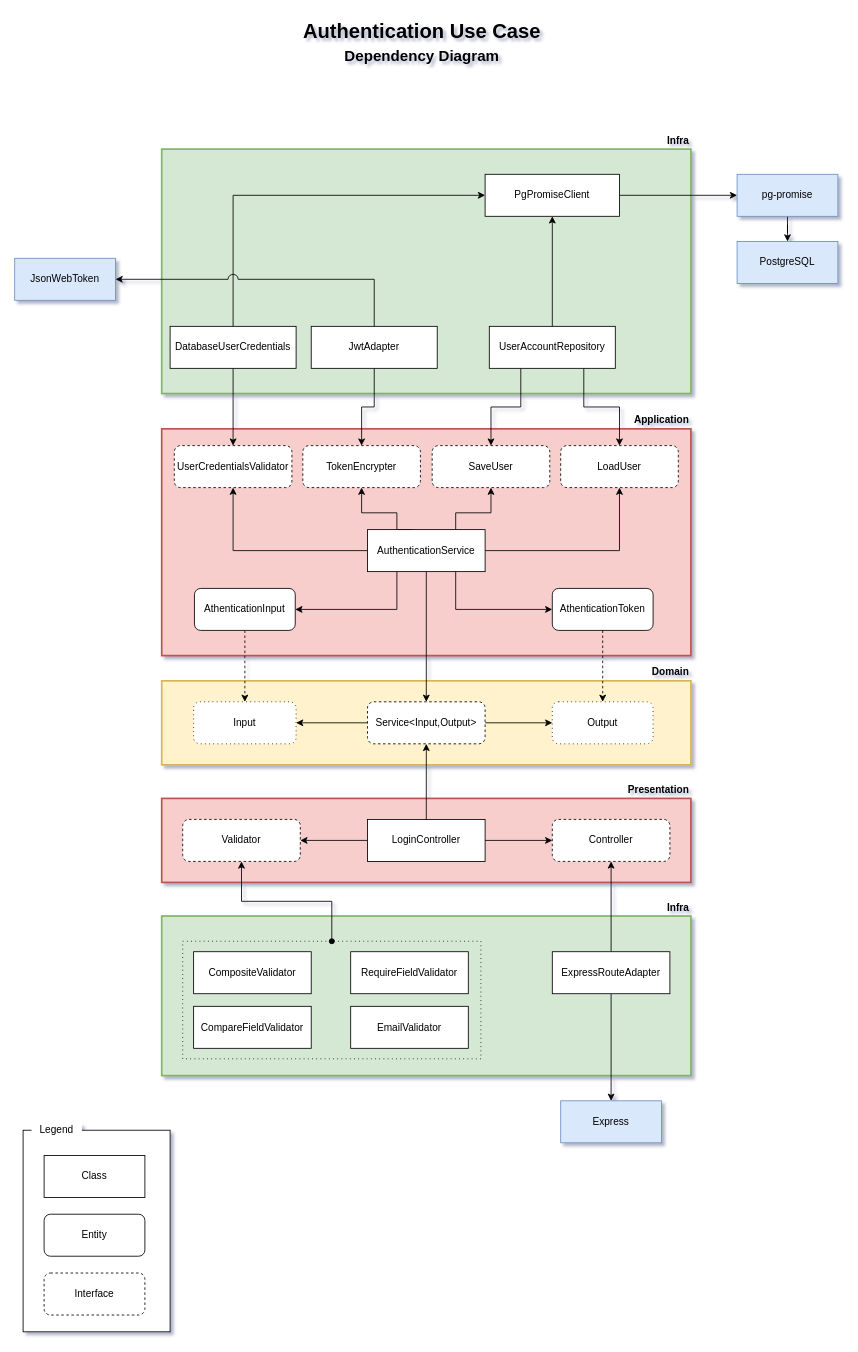
Before: page "authentication-clean" (1 of 2) of docs/diagrams/authentication/authentication.drawio in uespi-phb/20251-tec1, a draw.io diagram. Source tidied: cells renumbered, new cells numbered last; positions are measured from the earlier drawing's top-left corner, leaving out a move shared by most shapes. Both pictures are drawn from the tidied source at 84%, with x=0, y=0 at pixel (14, 14).
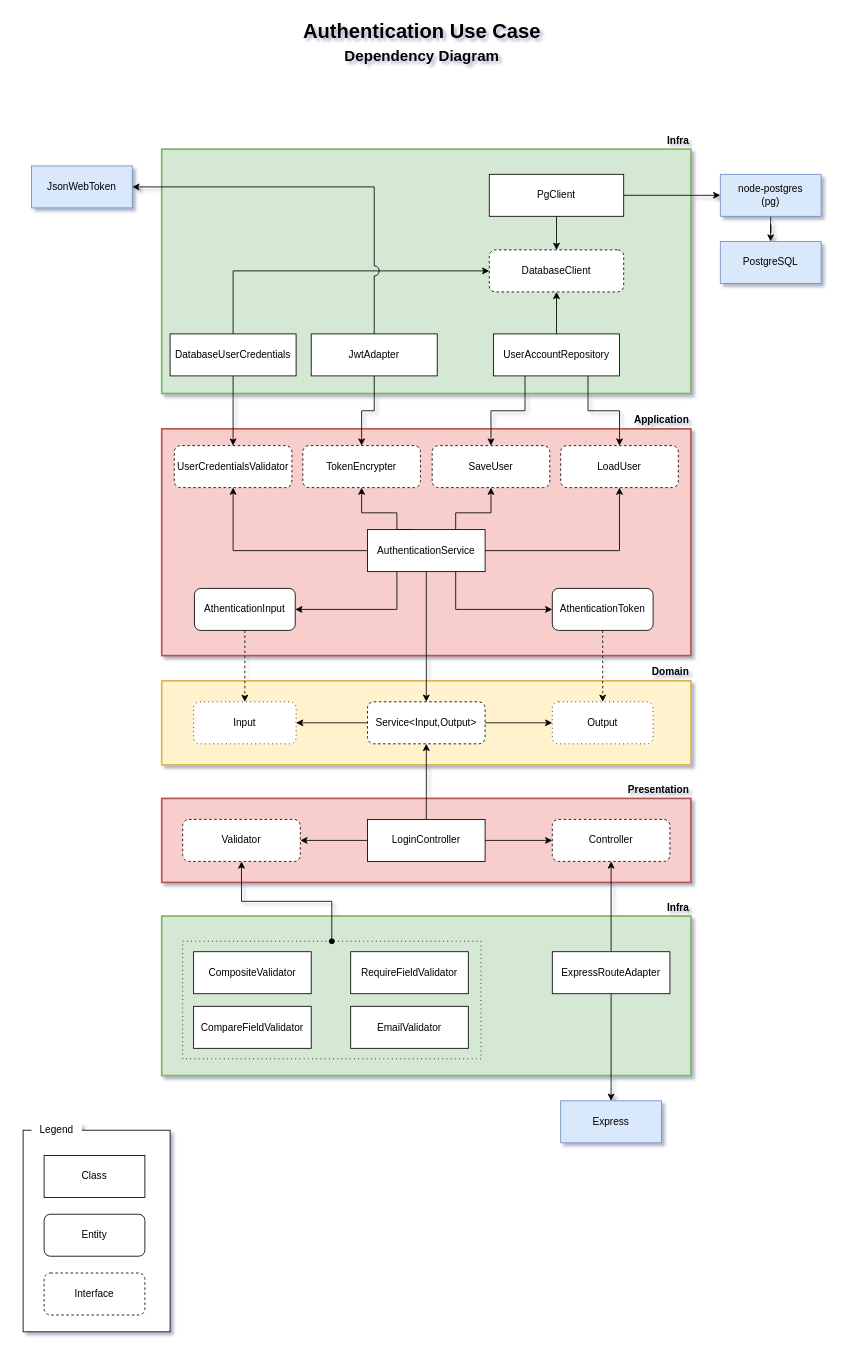
Above is the later version.

Change to the diagram source:
```diff
@@
-    <mxCell id="35" value="pg-promise" style="rounded=0;whiteSpace=wrap;html=1;glass=0;shadow=0;fillColor=#dae8fc;strokeColor=#6c8ebf;" parent="1" vertex="1">
-      <mxGeometry x="860" y="190" width="120" height="50" as="geometry" />
+    <mxCell id="35" value="node-postgres&lt;br&gt;(pg)" style="rounded=0;whiteSpace=wrap;html=1;glass=0;shadow=0;fillColor=#dae8fc;strokeColor=#6c8ebf;" parent="1" vertex="1">
+      <mxGeometry x="840" y="190" width="120" height="50" as="geometry" />
     </mxCell>
     <mxCell id="36" value="JsonWebToken" style="rounded=0;whiteSpace=wrap;html=1;glass=0;shadow=0;fillColor=#dae8fc;strokeColor=#6c8ebf;" parent="1" vertex="1">
-      <mxGeometry y="290" width="120" height="50" as="geometry" />
+      <mxGeometry x="20" y="180" width="120" height="50" as="geometry" />
     </mxCell>
     <mxCell id="37" value="PostgreSQL" style="rounded=0;whiteSpace=wrap;html=1;glass=0;shadow=0;fillColor=#dae8fc;strokeColor=#6c8ebf;" parent="1" vertex="1">
-      <mxGeometry x="860" y="270" width="120" height="50" as="geometry" />
+      <mxGeometry x="840" y="270" width="120" height="50" as="geometry" />
     </mxCell>
@@
-    <mxCell id="45" style="edgeStyle=orthogonalEdgeStyle;rounded=0;jettySize=auto;html=1;exitX=0.5;exitY=0;exitDx=0;exitDy=0;exitPerimeter=0;entryX=0;entryY=0.5;entryDx=0;entryDy=0;" parent="1" edge="1" source="46" target="67">
-      <mxGeometry relative="1" as="geometry" />
-    </mxCell>
+    <mxCell id="73" style="edgeStyle=orthogonalEdgeStyle;rounded=0;jettySize=auto;html=1;entryX=0;entryY=0.5;entryDx=0;entryDy=0;" parent="1" edge="1" source="46" target="76">
+      <mxGeometry relative="1" as="geometry">
+        <Array as="points">
+          <mxPoint x="260" y="305" />
+        </Array>
+      </mxGeometry>
+    </mxCell>
     <mxCell id="46" value="DatabaseUserCredentials" style="rounded=0;whiteSpace=wrap;html=1;glass=0;shadow=0;points=[[0,0,0,0,0],[0,0.25,0,0,0],[0,0.5,0,0,0],[0,0.75,0,0,0],[0,1,0,0,0],[0.13,0,0,0,0],[0.25,0,0,0,0],[0.25,1,0,0,0],[0.38,0,0,0,0],[0.5,0,0,0,0],[0.5,1,0,0,0],[0.62,0,0,0,0],[0.75,0,0,0,0],[0.75,1,0,0,0],[0.88,0,0,0,0],[1,0,0,0,0],[1,0.25,0,0,0],[1,0.5,0,0,0],[1,0.75,0,0,0],[1,1,0,0,0]];" parent="1" vertex="1">
-      <mxGeometry x="185" y="371" width="150" height="50" as="geometry" />
+      <mxGeometry x="185" y="380" width="150" height="50" as="geometry" />
     </mxCell>
     <mxCell id="47" value="JwtAdapter" style="rounded=0;whiteSpace=wrap;html=1;glass=0;shadow=0;points=[[0,0,0,0,0],[0,0.25,0,0,0],[0,0.5,0,0,0],[0,0.75,0,0,0],[0,1,0,0,0],[0.13,0,0,0,0],[0.25,0,0,0,0],[0.25,1,0,0,0],[0.38,0,0,0,0],[0.5,0,0,0,0],[0.5,1,0,0,0],[0.62,0,0,0,0],[0.75,0,0,0,0],[0.75,1,0,0,0],[0.88,0,0,0,0],[1,0,0,0,0],[1,0.25,0,0,0],[1,0.5,0,0,0],[1,0.75,0,0,0],[1,1,0,0,0]];" parent="1" vertex="1">
-      <mxGeometry x="353" y="371" width="150" height="50" as="geometry" />
+      <mxGeometry x="353" y="380" width="150" height="50" as="geometry" />
     </mxCell>
+    <mxCell id="74" style="edgeStyle=orthogonalEdgeStyle;rounded=0;jettySize=auto;html=1;entryX=0.5;entryY=1;entryDx=0;entryDy=0;" parent="1" edge="1" source="48" target="76">
+      <mxGeometry relative="1" as="geometry" />
+    </mxCell>
     <mxCell id="48" value="UserAccountRepository" style="rounded=0;whiteSpace=wrap;html=1;glass=0;shadow=0;points=[[0,0,0,0,0],[0,0.25,0,0,0],[0,0.5,0,0,0],[0,0.75,0,0,0],[0,1,0,0,0],[0.13,0,0,0,0],[0.25,0,0,0,0],[0.25,1,0,0,0],[0.38,0,0,0,0],[0.5,0,0,0,0],[0.5,1,0,0,0],[0.62,0,0,0,0],[0.75,0,0,0,0],[0.75,1,0,0,0],[0.88,0,0,0,0],[1,0,0,0,0],[1,0.25,0,0,0],[1,0.5,0,0,0],[1,0.75,0,0,0],[1,1,0,0,0]];" parent="1" vertex="1">
-      <mxGeometry x="565" y="371" width="150" height="50" as="geometry" />
+      <mxGeometry x="570" y="380" width="150" height="50" as="geometry" />
     </mxCell>
@@
     <mxCell id="50" style="edgeStyle=orthogonalEdgeStyle;rounded=0;jettySize=auto;html=1;entryX=1;entryY=0.5;entryDx=0;entryDy=0;strokeColor=#000000;jumpStyle=arc;jumpSize=12;exitX=0.5;exitY=0;exitDx=0;exitDy=0;exitPerimeter=0;" parent="1" edge="1" source="47" target="36">
       <mxGeometry relative="1" as="geometry">
         <Array as="points">
-          <mxPoint x="428" y="315" />
+          <mxPoint x="428" y="205" />
         </Array>
       </mxGeometry>
     </mxCell>
@@
+    <mxCell id="75" style="edgeStyle=orthogonalEdgeStyle;rounded=0;jettySize=auto;html=1;entryX=0.5;entryY=0;entryDx=0;entryDy=0;" parent="1" edge="1" source="67" target="76">
+      <mxGeometry relative="1" as="geometry" />
+    </mxCell>
-    <mxCell id="67" value="PgPromiseClient" style="rounded=0;whiteSpace=wrap;html=1;flipH=1;" parent="1" vertex="1">
-      <mxGeometry x="560" y="190" width="160" height="50" as="geometry" />
+    <mxCell id="67" value="PgClient" style="rounded=0;whiteSpace=wrap;html=1;flipH=1;" parent="1" vertex="1">
+      <mxGeometry x="565" y="190" width="160" height="50" as="geometry" />
     </mxCell>
@@
-    <mxCell id="72" style="edgeStyle=orthogonalEdgeStyle;rounded=0;jettySize=auto;html=1;" parent="1" edge="1" source="48" target="67">
-      <mxGeometry relative="1" as="geometry" />
-    </mxCell>
+    <mxCell id="76" value="DatabaseClient" style="rounded=1;whiteSpace=wrap;html=1;dashed=1;flipH=1;" parent="1" vertex="1">
+      <mxGeometry x="565" y="280" width="160" height="50" as="geometry" />
+    </mxCell>
```
